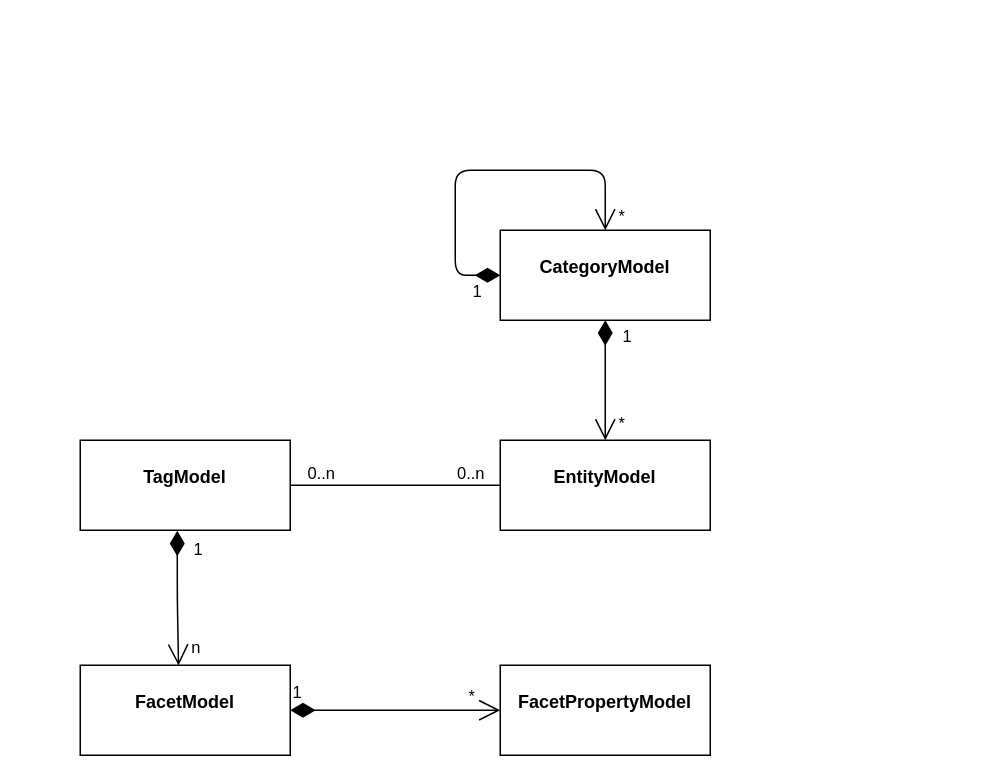
wgross/TreeStore.Server keeps this draw.io diagram as src/TreeStore.Model/model.drawio. Above is the earlier version. Source tidied: cells renumbered, new cells numbered last; positions are measured from the earlier drawing's top-left corner, leaving out a move shared by most shapes. Both pictures are drawn from the tidied source at 150%, with x=0, y=0 at pixel (80, 170).
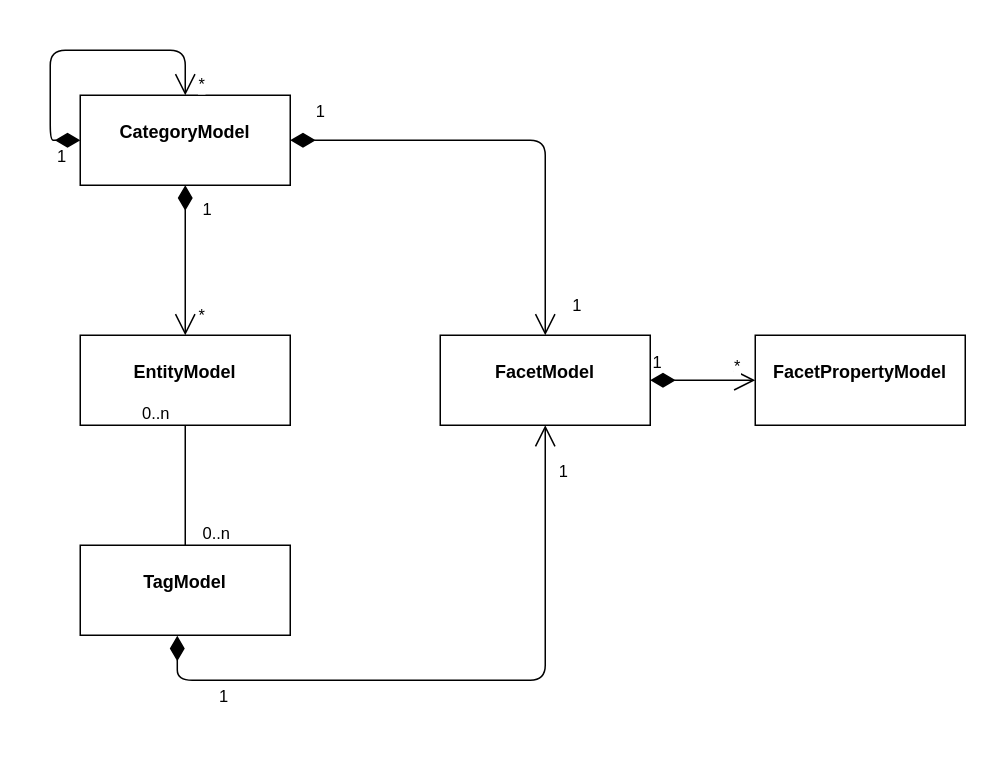
After the change.

The edit, as a diff of the source:
```diff
@@
     <mxCell id="2" value="&lt;p style=&quot;margin: 0px ; margin-top: 4px ; text-align: center&quot;&gt;&lt;br&gt;&lt;b&gt;EntityModel&lt;/b&gt;&lt;/p&gt;" style="verticalAlign=top;align=left;overflow=fill;fontSize=12;fontFamily=Helvetica;html=1;" parent="1" vertex="1">
-      <mxGeometry x="280" y="180" width="140" height="60" as="geometry" />
+      <mxGeometry y="110" width="140" height="60" as="geometry" />
     </mxCell>
+    <mxCell id="18" style="edgeStyle=orthogonalEdgeStyle;rounded=1;jettySize=auto;html=1;endArrow=open;startArrow=diamondThin;startFill=1;startSize=14;align=left;verticalAlign=bottom;endSize=12;" parent="1" edge="1" source="3" target="4">
+      <mxGeometry relative="1" as="geometry" />
+    </mxCell>
+    <mxCell id="19" value="1" style="edgeLabel;html=1;align=center;verticalAlign=middle;" parent="18" vertex="1">
+      <mxGeometry x="-0.82" y="1" relative="1" as="geometry">
+        <mxPoint x="-8" y="-19" as="offset" />
+      </mxGeometry>
+    </mxCell>
+    <mxCell id="20" value="1" style="edgeLabel;html=1;align=center;verticalAlign=middle;" parent="18" vertex="1">
+      <mxGeometry x="0.88" y="-1" relative="1" as="geometry">
+        <mxPoint x="21" y="-3" as="offset" />
+      </mxGeometry>
+    </mxCell>
     <mxCell id="3" value="&lt;p style=&quot;margin: 0px ; margin-top: 4px ; text-align: center&quot;&gt;&lt;br&gt;&lt;b&gt;CategoryModel&lt;/b&gt;&lt;/p&gt;" style="verticalAlign=top;align=left;overflow=fill;fontSize=12;fontFamily=Helvetica;html=1;" parent="1" vertex="1">
-      <mxGeometry x="280" y="40" width="140" height="60" as="geometry" />
+      <mxGeometry y="-50" width="140" height="60" as="geometry" />
     </mxCell>
     <mxCell id="4" value="&lt;p style=&quot;margin: 0px ; margin-top: 4px ; text-align: center&quot;&gt;&lt;br&gt;&lt;b&gt;FacetModel&lt;/b&gt;&lt;/p&gt;" style="verticalAlign=top;align=left;overflow=fill;fontSize=12;fontFamily=Helvetica;html=1;" parent="1" vertex="1">
-      <mxGeometry y="330" width="140" height="60" as="geometry" />
+      <mxGeometry x="240" y="110" width="140" height="60" as="geometry" />
     </mxCell>
     <mxCell id="5" value="&lt;p style=&quot;margin: 0px ; margin-top: 4px ; text-align: center&quot;&gt;&lt;br&gt;&lt;b&gt;FacetPropertyModel&lt;/b&gt;&lt;/p&gt;" style="verticalAlign=top;align=left;overflow=fill;fontSize=12;fontFamily=Helvetica;html=1;" parent="1" vertex="1">
-      <mxGeometry x="280" y="330" width="140" height="60" as="geometry" />
+      <mxGeometry x="450" y="110" width="140" height="60" as="geometry" />
     </mxCell>
@@
     <mxCell id="8" value="&lt;p style=&quot;margin: 0px ; margin-top: 4px ; text-align: center&quot;&gt;&lt;br&gt;&lt;b&gt;TagModel&lt;/b&gt;&lt;/p&gt;" style="verticalAlign=top;align=left;overflow=fill;fontSize=12;fontFamily=Helvetica;html=1;" parent="1" vertex="1">
-      <mxGeometry y="180" width="140" height="60" as="geometry" />
+      <mxGeometry y="250" width="140" height="60" as="geometry" />
     </mxCell>
-    <mxCell id="9" value="1" style="endArrow=open;html=1;endSize=12;startArrow=diamondThin;startSize=14;startFill=1;edgeStyle=orthogonalEdgeStyle;align=left;verticalAlign=bottom;exitX=0.462;exitY=1.005;exitDx=0;exitDy=0;exitPerimeter=0;entryX=0.468;entryY=0.003;entryDx=0;entryDy=0;entryPerimeter=0;" parent="1" edge="1" source="8" target="4">
-      <mxGeometry x="-0.52" y="9" relative="1" as="geometry" />
+    <mxCell id="9" value="1" style="endArrow=open;html=1;endSize=12;startArrow=diamondThin;startSize=14;startFill=1;edgeStyle=orthogonalEdgeStyle;align=left;verticalAlign=bottom;exitX=0.462;exitY=1.005;exitDx=0;exitDy=0;exitPerimeter=0;entryX=0.5;entryY=1;entryDx=0;entryDy=0;" parent="1" edge="1" source="8" target="4">
+      <mxGeometry x="-0.75" y="-20" relative="1" as="geometry">
+        <Array as="points">
+          <mxPoint x="65" y="340" />
+          <mxPoint x="310" y="340" />
+        </Array>
+      </mxGeometry>
     </mxCell>
-    <mxCell id="10" value="n" style="edgeLabel;html=1;align=center;verticalAlign=middle;" parent="9" vertex="1">
+    <mxCell id="10" value="1" style="edgeLabel;html=1;align=center;verticalAlign=middle;" parent="9" vertex="1">
       <mxGeometry x="0.73" relative="1" as="geometry">
-        <mxPoint x="11" as="offset" />
+        <mxPoint x="11" y="-30" as="offset" />
       </mxGeometry>
     </mxCell>
-    <mxCell id="11" style="endArrow=none;html=1;edgeStyle=orthogonalEdgeStyle;entryX=0;entryY=0.5;entryDx=0;entryDy=0;exitX=1;exitY=0.5;exitDx=0;exitDy=0;" parent="1" edge="1" source="8" target="2">
+    <mxCell id="11" style="endArrow=none;html=1;edgeStyle=orthogonalEdgeStyle;entryX=0.5;entryY=1;entryDx=0;entryDy=0;exitX=0.5;exitY=0;exitDx=0;exitDy=0;" parent="1" edge="1" source="8" target="2">
       <mxGeometry relative="1" as="geometry" />
     </mxCell>
@@
-    <mxCell id="14" value="1" style="endArrow=open;html=1;endSize=12;startArrow=diamondThin;startSize=14;startFill=1;edgeStyle=orthogonalEdgeStyle;align=left;verticalAlign=bottom;exitX=0.5;exitY=1;exitDx=0;exitDy=0;" parent="1" edge="1" source="3">
-      <mxGeometry x="-0.5" y="10" relative="1" as="geometry">
-        <mxPoint x="350" y="180" as="targetPoint" />
-      </mxGeometry>
+    <mxCell id="14" value="1" style="endArrow=open;html=1;endSize=12;startArrow=diamondThin;startSize=14;startFill=1;edgeStyle=orthogonalEdgeStyle;align=left;verticalAlign=bottom;exitX=0.5;exitY=1;exitDx=0;exitDy=0;entryX=0.5;entryY=0;entryDx=0;entryDy=0;" parent="1" edge="1" source="3" target="2">
+      <mxGeometry x="-0.5" y="10" relative="1" as="geometry" />
     </mxCell>
@@
-    <mxCell id="16" value="1" style="endArrow=open;html=1;endSize=12;startArrow=diamondThin;startSize=14;startFill=1;edgeStyle=orthogonalEdgeStyle;align=left;verticalAlign=bottom;entryX=0.5;entryY=0;entryDx=0;entryDy=0;" parent="1" edge="1" target="3">
+    <mxCell id="16" value="1" style="endArrow=open;html=1;endSize=12;startArrow=diamondThin;startSize=14;startFill=1;edgeStyle=orthogonalEdgeStyle;align=left;verticalAlign=bottom;entryX=0.5;entryY=0;entryDx=0;entryDy=0;exitX=0;exitY=0.5;exitDx=0;exitDy=0;" parent="1" edge="1" source="3" target="3">
       <mxGeometry x="-0.83" y="20" relative="1" as="geometry">
-        <mxPoint x="280" y="70" as="sourcePoint" />
         <Array as="points">
-          <mxPoint x="250" y="70" />
-          <mxPoint x="250" />
-          <mxPoint x="350" />
+          <mxPoint x="-20" y="-20" />
+          <mxPoint x="-20" y="-80" />
+          <mxPoint x="70" y="-80" />
         </Array>
       </mxGeometry>
     </mxCell>
```
